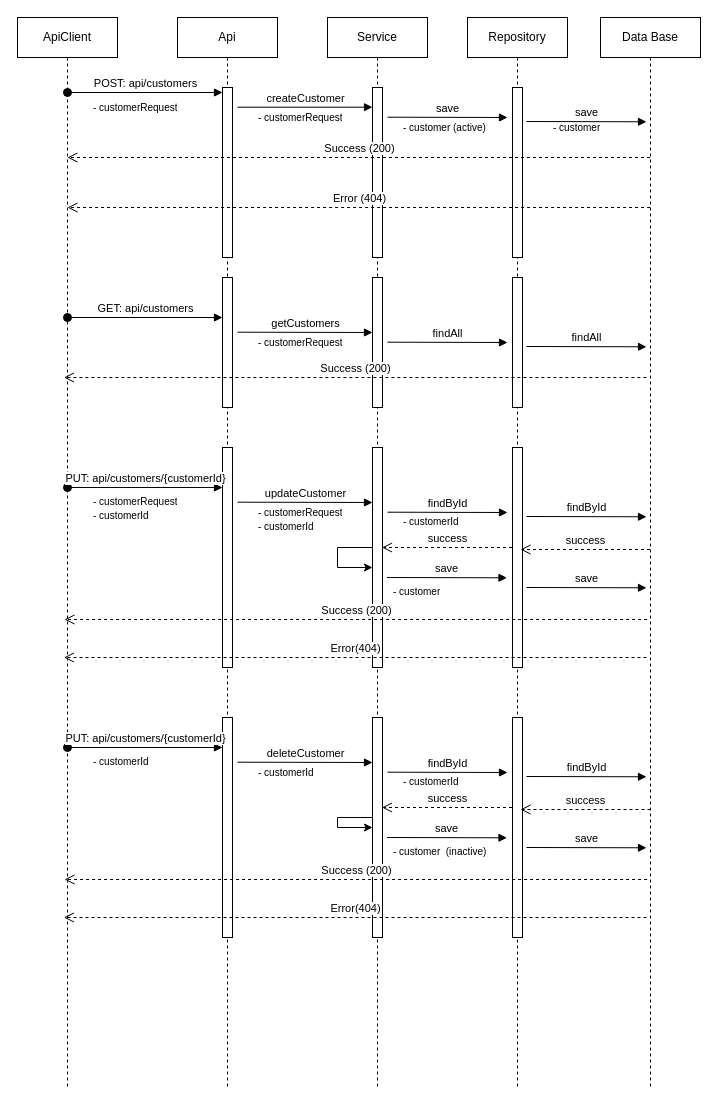
Before: page "service-customer" (2 of 3) of Diagrama sin título.drawio in FabiolaJS7/diagrams, a draw.io diagram. Source tidied: cells renumbered, new cells numbered last; positions are measured from the earlier drawing's top-left corner, leaving out a move shared by most shapes. Both pictures are drawn from the tidied source at 100%, with x=0, y=0 at pixel (17, 17).
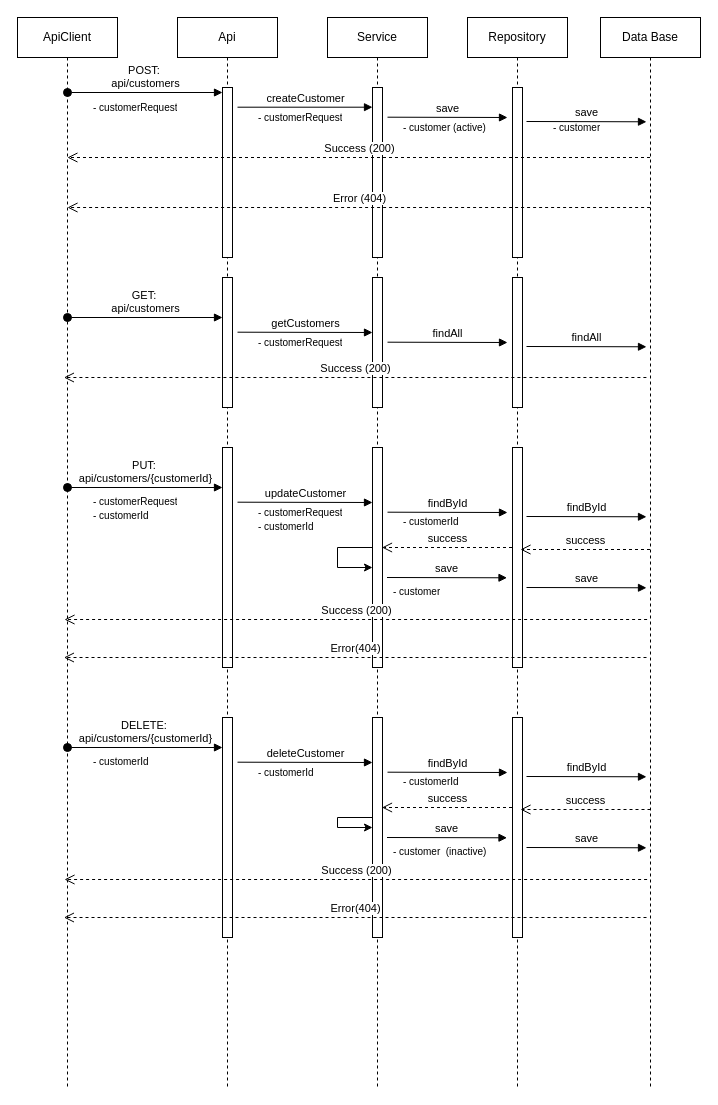
After the change.

Unchanged cells that the change refers to:
```xml
<mxCell id="3" style="html=1;points=[[0,0,0,0,5],[0,1,0,0,-5],[1,0,0,0,5],[1,1,0,0,-5]];perimeter=orthogonalPerimeter;outlineConnect=0;targetShapes=umlLifeline;portConstraint=eastwest;newEdgeStyle={&quot;curved&quot;:0,&quot;rounded&quot;:0};" parent="2" vertex="1">
  <mxGeometry x="45" y="70" width="10" height="170" as="geometry" />
</mxCell>
```

The edit, as a diff of the source:
```diff
@@
-    <mxCell id="20" value="POST:&amp;nbsp;&lt;span style=&quot;background-color: light-dark(#ffffff, var(--ge-dark-color, #121212)); color: light-dark(rgb(0, 0, 0), rgb(255, 255, 255));&quot;&gt;api/customers&lt;/span&gt;" style="html=1;verticalAlign=bottom;startArrow=oval;endArrow=block;startSize=8;curved=0;rounded=0;entryX=0;entryY=0;entryDx=0;entryDy=5;" parent="1" edge="1" target="3">
+    <mxCell id="20" value="POST:&amp;nbsp;&lt;div&gt;&lt;span style=&quot;background-color: light-dark(#ffffff, var(--ge-dark-color, #121212)); color: light-dark(rgb(0, 0, 0), rgb(255, 255, 255));&quot;&gt;api/customers&lt;/span&gt;&lt;/div&gt;" style="html=1;verticalAlign=bottom;startArrow=oval;endArrow=block;startSize=8;curved=0;rounded=0;entryX=0;entryY=0;entryDx=0;entryDy=5;" parent="1" edge="1" target="3">
       <mxGeometry relative="1" as="geometry">
         <mxPoint x="50" y="75" as="sourcePoint" />
       </mxGeometry>
     </mxCell>
@@
-    <mxCell id="28" value="GET: api/customers" style="html=1;verticalAlign=bottom;startArrow=oval;endArrow=block;startSize=8;curved=0;rounded=0;entryX=0;entryY=0;entryDx=0;entryDy=5;" parent="1" edge="1">
+    <mxCell id="28" value="GET:&amp;nbsp;&lt;div&gt;api/customers&lt;/div&gt;" style="html=1;verticalAlign=bottom;startArrow=oval;endArrow=block;startSize=8;curved=0;rounded=0;entryX=0;entryY=0;entryDx=0;entryDy=5;" parent="1" edge="1">
       <mxGeometry relative="1" as="geometry">
         <mxPoint x="50" y="300" as="sourcePoint" />
         <mxPoint x="205" y="300" as="targetPoint" />
       </mxGeometry>
     </mxCell>
@@
-    <mxCell id="36" value="PUT: api/customers/{customerId}" style="html=1;verticalAlign=bottom;startArrow=oval;endArrow=block;startSize=8;curved=0;rounded=0;entryX=0;entryY=0;entryDx=0;entryDy=5;" parent="1" edge="1">
+    <mxCell id="36" value="PUT:&amp;nbsp;&lt;div&gt;api/customers/{customerId}&lt;/div&gt;" style="html=1;verticalAlign=bottom;startArrow=oval;endArrow=block;startSize=8;curved=0;rounded=0;entryX=0;entryY=0;entryDx=0;entryDy=5;" parent="1" edge="1">
       <mxGeometry relative="1" as="geometry">
         <mxPoint x="50" y="470" as="sourcePoint" />
         <mxPoint x="205" y="470" as="targetPoint" />
       </mxGeometry>
     </mxCell>
@@
-    <mxCell id="51" value="PUT: api/customers/{customerId}" style="html=1;verticalAlign=bottom;startArrow=oval;endArrow=block;startSize=8;curved=0;rounded=0;entryX=0;entryY=0;entryDx=0;entryDy=5;" parent="1" edge="1">
+    <mxCell id="51" value="DELETE:&amp;nbsp;&lt;div&gt;api/customers/{customerId}&lt;/div&gt;" style="html=1;verticalAlign=bottom;startArrow=oval;endArrow=block;startSize=8;curved=0;rounded=0;entryX=0;entryY=0;entryDx=0;entryDy=5;" parent="1" edge="1">
       <mxGeometry relative="1" as="geometry">
         <mxPoint x="50" y="730" as="sourcePoint" />
         <mxPoint x="205" y="730" as="targetPoint" />
       </mxGeometry>
     </mxCell>
```
